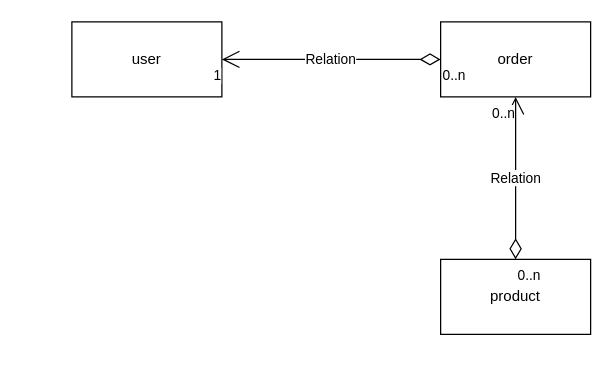
Before: src/main/resources/eshop.drawio in cosminbucur/jb14-eshop, a draw.io diagram. Source tidied: cells renumbered, new cells numbered last; positions are measured from the earlier drawing's top-left corner, leaving out a move shared by most shapes. Both pictures are drawn from the tidied source at 125%, with x=0, y=0 at pixel (71, 21).
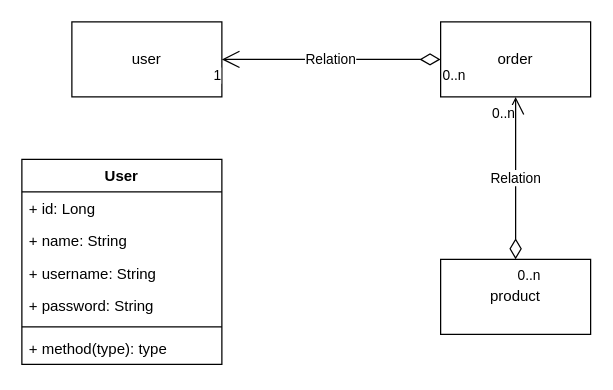
After the change.

The edit, as a diff of the source:
```diff
@@
 <mxGraphModel>
   <root>
     <mxCell id="0" />
     <mxCell id="1" parent="0" />
     <mxCell id="2" value="user" style="rounded=0;whiteSpace=wrap;html=1;" parent="1" vertex="1">
       <mxGeometry width="120" height="60" as="geometry" />
     </mxCell>
     <mxCell id="3" value="product" style="rounded=0;whiteSpace=wrap;html=1;" parent="1" vertex="1">
       <mxGeometry x="295" y="190" width="120" height="60" as="geometry" />
     </mxCell>
     <mxCell id="4" value="order" style="rounded=0;whiteSpace=wrap;html=1;" parent="1" vertex="1">
       <mxGeometry x="295" width="120" height="60" as="geometry" />
     </mxCell>
     <mxCell id="5" value="Relation" style="endArrow=open;html=1;endSize=12;startArrow=diamondThin;startSize=14;startFill=0;edgeStyle=orthogonalEdgeStyle;entryX=1;entryY=0.5;entryDx=0;entryDy=0;exitX=0;exitY=0.5;exitDx=0;exitDy=0;" parent="1" edge="1" source="4" target="2">
       <mxGeometry relative="1" as="geometry" />
     </mxCell>
     <mxCell id="6" value="0..n" style="edgeLabel;html=1;align=left;verticalAlign=top;" parent="5" vertex="1">
       <mxGeometry x="-1" relative="1" as="geometry" />
     </mxCell>
     <mxCell id="7" value="1" style="edgeLabel;html=1;align=right;verticalAlign=top;" parent="5" vertex="1">
       <mxGeometry x="1" relative="1" as="geometry" />
     </mxCell>
     <mxCell id="8" value="Relation" style="endArrow=open;html=1;endSize=12;startArrow=diamondThin;startSize=14;startFill=0;edgeStyle=orthogonalEdgeStyle;entryX=0.5;entryY=1;entryDx=0;entryDy=0;exitX=0.5;exitY=0;exitDx=0;exitDy=0;" parent="1" edge="1" source="3" target="4">
       <mxGeometry relative="1" as="geometry" />
     </mxCell>
     <mxCell id="9" value="0..n" style="edgeLabel;html=1;align=left;verticalAlign=top;" parent="8" vertex="1">
       <mxGeometry x="-1" relative="1" as="geometry" />
     </mxCell>
     <mxCell id="10" value="0..n" style="edgeLabel;html=1;align=right;verticalAlign=top;" parent="8" vertex="1">
       <mxGeometry x="1" relative="1" as="geometry" />
     </mxCell>
+    <mxCell id="11" value="User" style="swimlane;fontStyle=1;align=center;verticalAlign=top;horizontal=1;startSize=26;" parent="1" vertex="1">
+      <mxGeometry x="-40" y="110" width="160" height="164" as="geometry" />
+    </mxCell>
+    <mxCell id="12" value="+ id: Long" style="text;strokeColor=none;fillColor=none;align=left;verticalAlign=top;spacingLeft=4;spacingRight=4;overflow=hidden;" parent="11" vertex="1">
+      <mxGeometry y="26" width="160" height="26" as="geometry" />
+    </mxCell>
+    <mxCell id="13" value="+ name: String" style="text;strokeColor=none;fillColor=none;align=left;verticalAlign=top;spacingLeft=4;spacingRight=4;overflow=hidden;" parent="11" vertex="1">
+      <mxGeometry y="52" width="160" height="26" as="geometry" />
+    </mxCell>
+    <mxCell id="14" value="+ username: String" style="text;strokeColor=none;fillColor=none;align=left;verticalAlign=top;spacingLeft=4;spacingRight=4;overflow=hidden;" parent="11" vertex="1">
+      <mxGeometry y="78" width="160" height="26" as="geometry" />
+    </mxCell>
+    <mxCell id="15" value="+ password: String" style="text;strokeColor=none;fillColor=none;align=left;verticalAlign=top;spacingLeft=4;spacingRight=4;overflow=hidden;" parent="11" vertex="1">
+      <mxGeometry y="104" width="160" height="26" as="geometry" />
+    </mxCell>
+    <mxCell id="16" style="line;strokeWidth=1;fillColor=none;align=left;verticalAlign=middle;spacingTop=-1;spacingLeft=3;spacingRight=3;labelPosition=right;" parent="11" vertex="1">
+      <mxGeometry y="130" width="160" height="8" as="geometry" />
+    </mxCell>
+    <mxCell id="17" value="+ method(type): type" style="text;strokeColor=none;fillColor=none;align=left;verticalAlign=top;spacingLeft=4;spacingRight=4;overflow=hidden;" parent="11" vertex="1">
+      <mxGeometry y="138" width="160" height="26" as="geometry" />
+    </mxCell>
   </root>
 </mxGraphModel>
```
